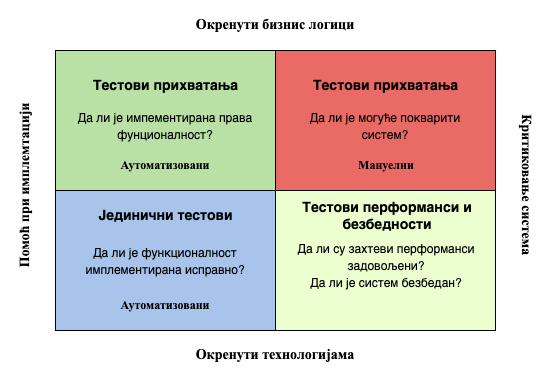
Earlier version of the draw.io export documents/masterThesis/matfmaster/img/kvadrat.png (d1mic/gelosTestProject). Source tidied: cells renumbered, new cells last; positions are measured from the earlier drawing's top-left corner, leaving out a move shared by most shapes.
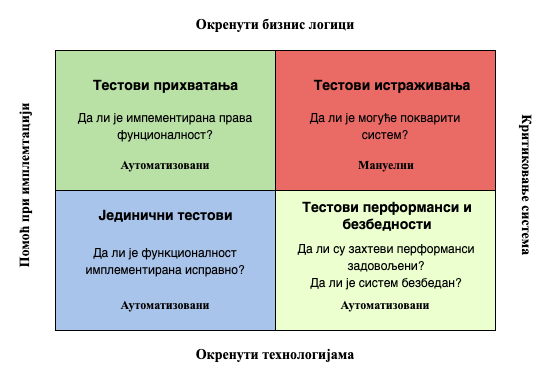
The same file after the commit.

The edit, as a diff of the source:
```diff
@@ -29,8 +29,8 @@
     <mxCell id="10" value="&lt;font style=&quot;font-size: 12px;&quot;&gt;Да ли су захтеви перформанси задовољени?&lt;br&gt;Да ли је систем безбедан?&lt;br&gt;&lt;/font&gt;" style="text;html=1;strokeColor=none;fillColor=none;align=center;verticalAlign=middle;whiteSpace=wrap;rounded=0;fontSize=14;" parent="1" vertex="1">
       <mxGeometry x="356.2" y="240" width="190" height="30" as="geometry" />
     </mxCell>
-    <mxCell id="11" value="&lt;b&gt;&lt;font style=&quot;font-size: 14px;&quot;&gt;Тестови прихватања&lt;/font&gt;&lt;/b&gt;" style="text;html=1;strokeColor=none;fillColor=none;align=center;verticalAlign=middle;whiteSpace=wrap;rounded=0;" parent="1" vertex="1">
-      <mxGeometry x="372.5" y="60" width="155" height="30" as="geometry" />
+    <mxCell id="11" value="&lt;b&gt;&lt;font style=&quot;font-size: 14px;&quot;&gt;Тестови истраживања&lt;/font&gt;&lt;/b&gt;" style="text;html=1;strokeColor=none;fillColor=none;align=center;verticalAlign=middle;whiteSpace=wrap;rounded=0;" parent="1" vertex="1">
+      <mxGeometry x="372.5" y="60" width="167.5" height="30" as="geometry" />
     </mxCell>
     <mxCell id="12" value="&lt;b&gt;&lt;font style=&quot;font-size: 14px;&quot;&gt;Тестови перформанси и безбедности&lt;/font&gt;&lt;/b&gt;" style="text;html=1;strokeColor=none;fillColor=none;align=center;verticalAlign=middle;whiteSpace=wrap;rounded=0;" parent="1" vertex="1">
       <mxGeometry x="357.5" y="190" width="187.5" height="30" as="geometry" />
@@ -62,5 +62,8 @@
     <mxCell id="21" value="&lt;b&gt;&lt;font face=&quot;Times New Roman&quot; style=&quot;font-size: 14px;&quot;&gt;Критиковање система&lt;/font&gt;&lt;/b&gt;" style="text;html=1;strokeColor=none;fillColor=none;align=center;verticalAlign=middle;whiteSpace=wrap;rounded=0;fontSize=12;rotation=90;" parent="1" vertex="1">
       <mxGeometry x="501.2" y="160" width="180" height="30" as="geometry" />
     </mxCell>
+    <mxCell id="22" value="&lt;b&gt;&lt;font face=&quot;Times New Roman&quot; style=&quot;font-size: 12px;&quot;&gt;Аутоматизовани&lt;/font&gt;&lt;/b&gt;" style="text;html=1;strokeColor=none;fillColor=none;align=center;verticalAlign=middle;whiteSpace=wrap;rounded=0;fontSize=12;" parent="1" vertex="1">
+      <mxGeometry x="400" y="280" width="100" height="30" as="geometry" />
+    </mxCell>
   </root>
 </mxGraphModel>
```
